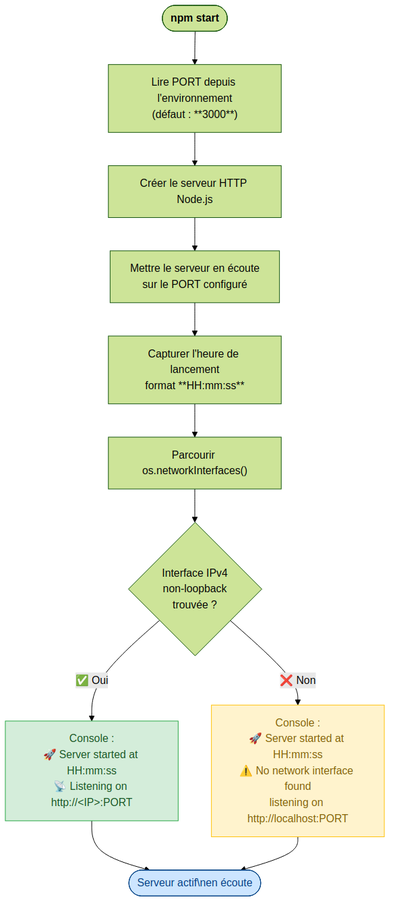
Above: docs/specs/diagrams/US-001-server-startup.png in ODehel/quiz-live-server (Mermaid), before the change. Its source is kept beside it as docs/specs/diagrams/US-001-server-startup.mmd. Source of this version:
```mermaid
%%{init: {"theme": "forest", "flowchart": {"curve": "basis"}}}%%
flowchart TD
    START(["`**npm start**`"])
    START --> ENV["Lire PORT depuis l'environnement\n(défaut : **3000**)"]
    ENV --> HTTP["Créer le serveur HTTP Node.js"]
    HTTP --> LISTEN["Mettre le serveur en écoute\nsur le PORT configuré"]
    LISTEN --> TIME["Capturer l'heure de lancement\nformat **HH:mm:ss**"]
    TIME --> IFACES["Parcourir os.networkInterfaces()"]
    IFACES --> FOUND{"Interface IPv4\nnon-loopback\ntrouvée ?"}

    FOUND -->|"✅ Oui"| LOG_OK["Console :\n🚀 Server started at HH:mm:ss\n📡 Listening on http://&lt;IP&gt;:PORT"]
    FOUND -->|"❌ Non"| LOG_FB["Console :\n🚀 Server started at HH:mm:ss\n⚠️ No network interface found\nlistening on http://localhost:PORT"]

    LOG_OK --> ACTIVE(["`Serveur actif\nen écoute`"])
    LOG_FB --> ACTIVE

    classDef success fill:#d4edda,stroke:#28a745,color:#155724
    classDef warning fill:#fff3cd,stroke:#ffc107,color:#856404
    classDef terminal fill:#cce5ff,stroke:#004085,color:#004085
    class LOG_OK success
    class LOG_FB warning
    class ACTIVE terminal
```
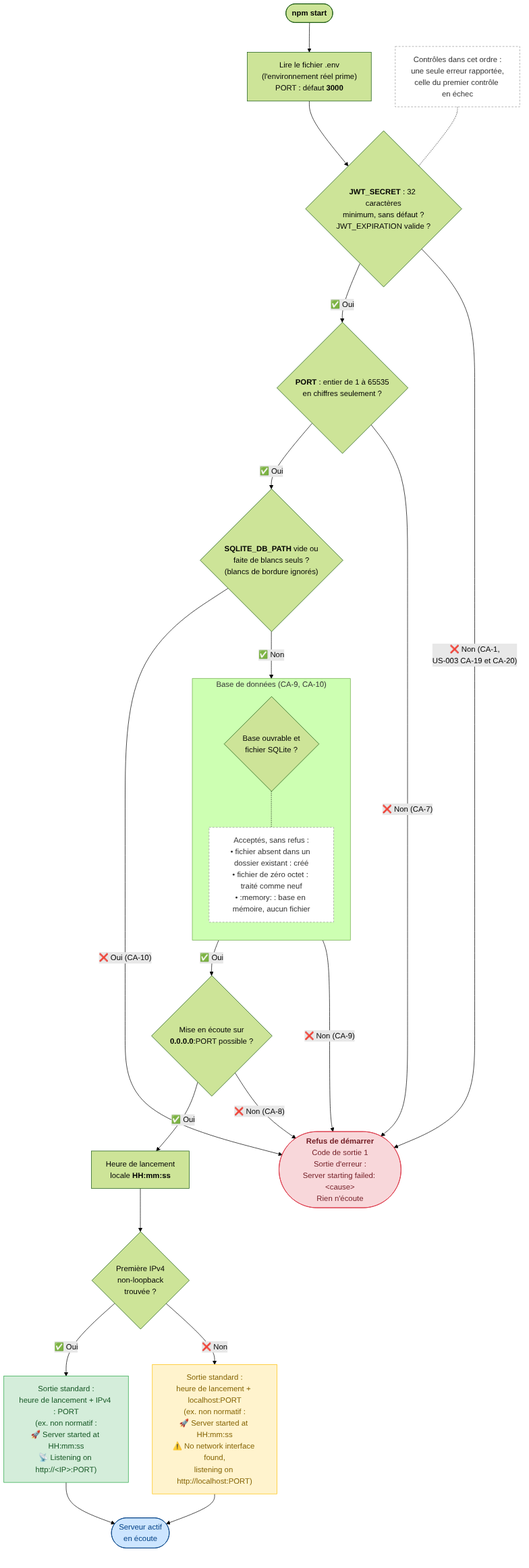
Above is the later version.

Commit message:
docs(specs): show the startup refusals and their order in the US-001 diagrams (#135)

The edit, as a diff of the source:
```diff
@@ -1,22 +1,48 @@
 %%{init: {"theme": "forest", "flowchart": {"curve": "basis"}}}%%
 flowchart TD
-    START(["`**npm start**`"])
-    START --> ENV["Lire PORT depuis l'environnement\n(défaut : **3000**)"]
-    ENV --> HTTP["Créer le serveur HTTP Node.js"]
-    HTTP --> LISTEN["Mettre le serveur en écoute\nsur le PORT configuré"]
-    LISTEN --> TIME["Capturer l'heure de lancement\nformat **HH:mm:ss**"]
-    TIME --> IFACES["Parcourir os.networkInterfaces()"]
-    IFACES --> FOUND{"Interface IPv4\nnon-loopback\ntrouvée ?"}
+    START(["<b>npm start</b>"])
+    START --> ENV["Lire le fichier .env<br/>(l'environnement réel prime)<br/>PORT : défaut <b>3000</b>"]
 
-    FOUND -->|"✅ Oui"| LOG_OK["Console :\n🚀 Server started at HH:mm:ss\n📡 Listening on http://&lt;IP&gt;:PORT"]
-    FOUND -->|"❌ Non"| LOG_FB["Console :\n🚀 Server started at HH:mm:ss\n⚠️ No network interface found\nlistening on http://localhost:PORT"]
+    ENV --> JWT{"<b>JWT_SECRET</b> : 32 caractères<br/>minimum, sans défaut ?<br/>JWT_EXPIRATION valide ?"}
+    JWT -->|"✅ Oui"| PORT{"<b>PORT</b> : entier de 1 à 65535<br/>en chiffres seulement ?"}
+    PORT -->|"✅ Oui"| PATH{"<b>SQLITE_DB_PATH</b> vide ou<br/>faite de blancs seuls ?<br/>(blancs de bordure ignorés)"}
+    PATH -->|"✅ Non"| DB
 
-    LOG_OK --> ACTIVE(["`Serveur actif\nen écoute`"])
+    subgraph DBSTEP ["Base de données (CA-9, CA-10)"]
+        direction TB
+        DB{"Base ouvrable et<br/>fichier SQLite ?"}
+        DBNOTE["Acceptés, sans refus :<br/>• fichier absent dans un dossier existant : créé<br/>• fichier de zéro octet : traité comme neuf<br/>• :memory: : base en mémoire, aucun fichier"]
+        DB -.- DBNOTE
+    end
+
+    DB -->|"✅ Oui"| LISTEN{"Mise en écoute sur<br/><b>0.0.0.0</b>:PORT possible ?"}
+    LISTEN -->|"✅ Oui"| TIME["Heure de lancement<br/>locale <b>HH:mm:ss</b>"]
+    TIME --> FOUND{"Première IPv4<br/>non-loopback<br/>trouvée ?"}
+
+    FOUND -->|"✅ Oui"| LOG_OK["Sortie standard :<br/>heure de lancement + IPv4 : PORT<br/>(ex. non normatif :<br/>🚀 Server started at HH:mm:ss<br/>📡 Listening on http://&lt;IP&gt;:PORT)"]
+    FOUND -->|"❌ Non"| LOG_FB["Sortie standard :<br/>heure de lancement + localhost:PORT<br/>(ex. non normatif :<br/>🚀 Server started at HH:mm:ss<br/>⚠️ No network interface found,<br/>listening on http://localhost:PORT)"]
+
+    LOG_OK --> ACTIVE(["Serveur actif<br/>en écoute"])
     LOG_FB --> ACTIVE
+
+    FAIL(["<b>Refus de démarrer</b><br/>Code de sortie 1<br/>Sortie d'erreur :<br/>Server starting failed: &lt;cause&gt;<br/>Rien n'écoute"])
+
+    JWT -->|"❌ Non (CA-1,<br/>US-003 CA-19 et CA-20)"| FAIL
+    PORT -->|"❌ Non (CA-7)"| FAIL
+    PATH -->|"❌ Oui (CA-10)"| FAIL
+    DB -->|"❌ Non (CA-9)"| FAIL
+    LISTEN -->|"❌ Non (CA-8)"| FAIL
+
+    ORDER["Contrôles dans cet ordre :<br/>une seule erreur rapportée,<br/>celle du premier contrôle en échec"]
+    ORDER -.- JWT
 
     classDef success fill:#d4edda,stroke:#28a745,color:#155724
     classDef warning fill:#fff3cd,stroke:#ffc107,color:#856404
     classDef terminal fill:#cce5ff,stroke:#004085,color:#004085
+    classDef failure fill:#f8d7da,stroke:#dc3545,color:#721c24
+    classDef note fill:#ffffff,stroke:#999999,color:#333333,stroke-dasharray: 4 3
     class LOG_OK success
     class LOG_FB warning
     class ACTIVE terminal
+    class FAIL failure
+    class DBNOTE,ORDER note
```
